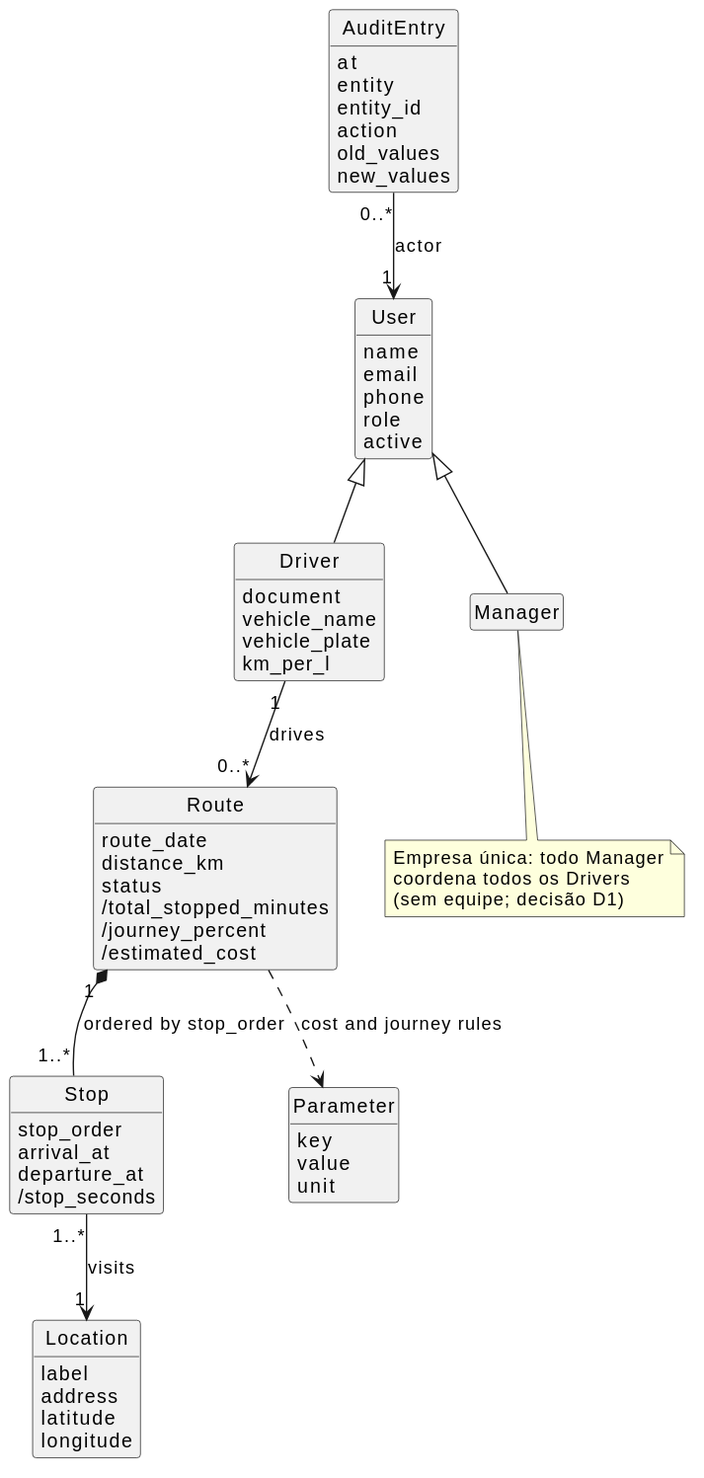
This is docs/especificacao/diagrams/classes-conceituais.svg from xendak/terminus, a PlantUML export, as it was before one commit.
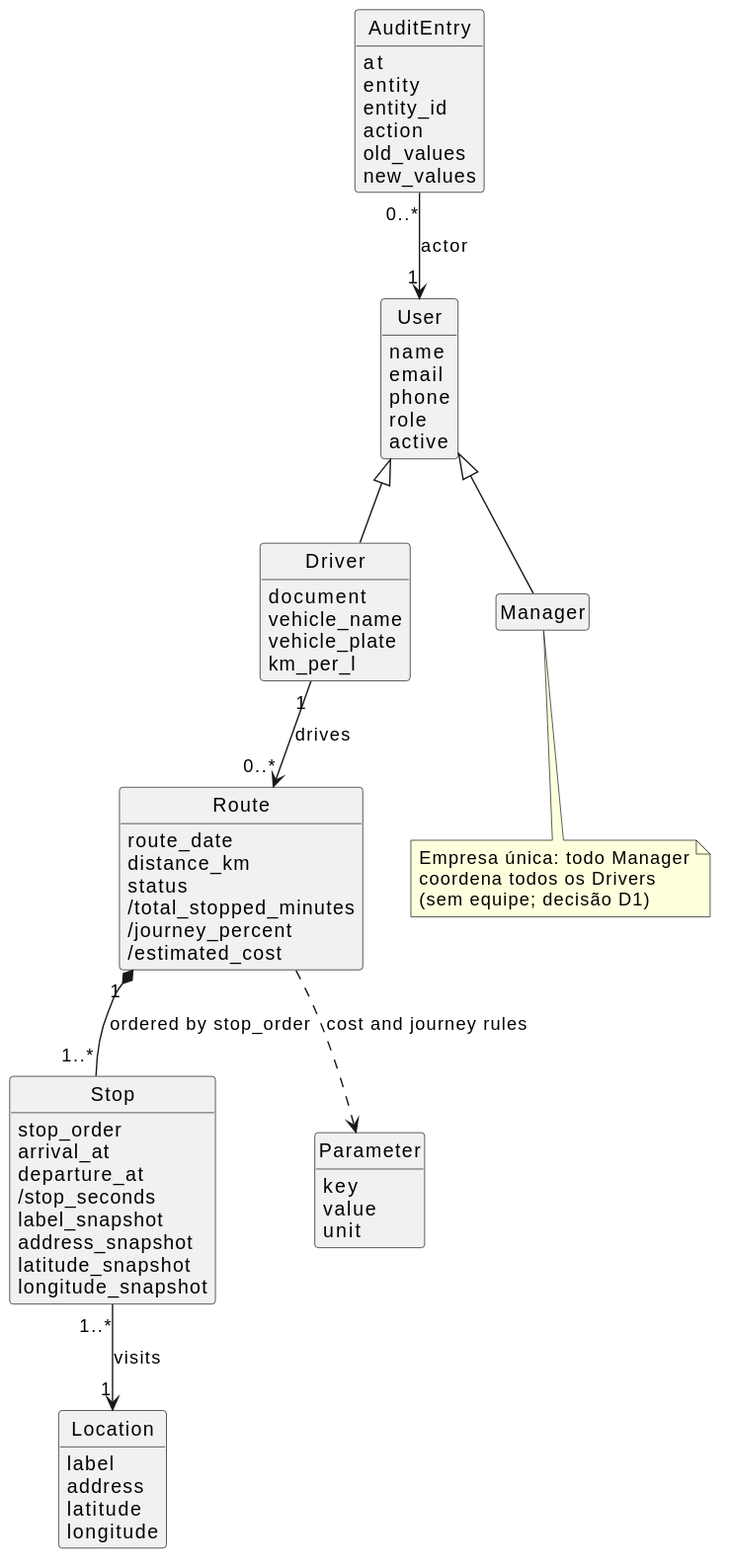
Later version of the same file.

Change to the diagram source:
```diff
@@ -35,6 +35,10 @@
   arrival_at
   departure_at
   /stop_seconds
+  label_snapshot
+  address_snapshot
+  latitude_snapshot
+  longitude_snapshot
 }
 
 class Location {
```
